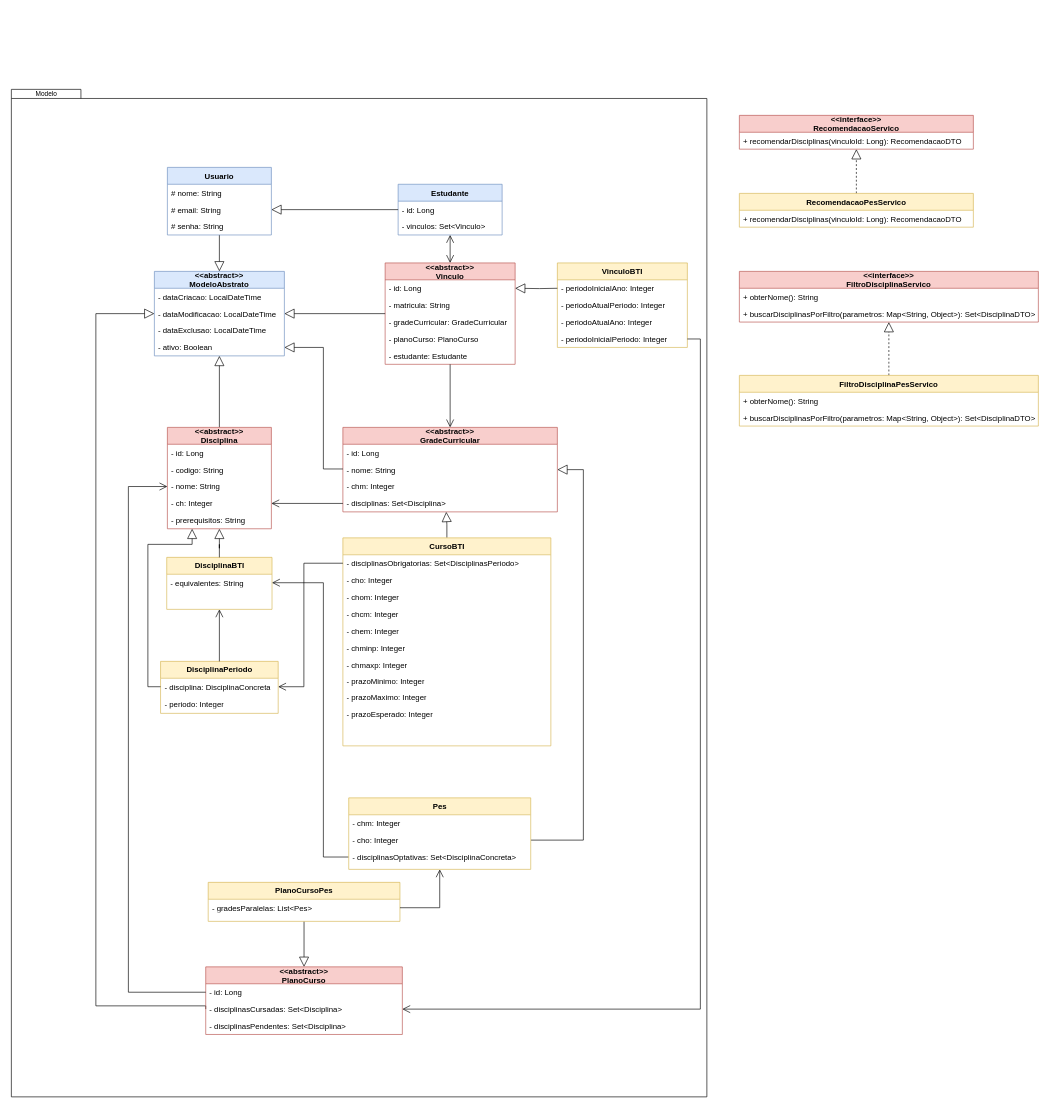
The draw.io diagram page "Modelo (app 1)" (3 of 9) of planejamento/modelagem/Temp.drawio in arturo32/PODE, before the edit. Source tidied: cells renumbered, new cells numbered last; positions are measured from the earlier drawing's top-left corner, leaving out a move shared by most shapes. Both pictures are drawn from the tidied source at 65%, with x=0, y=0 at pixel (11, 11).
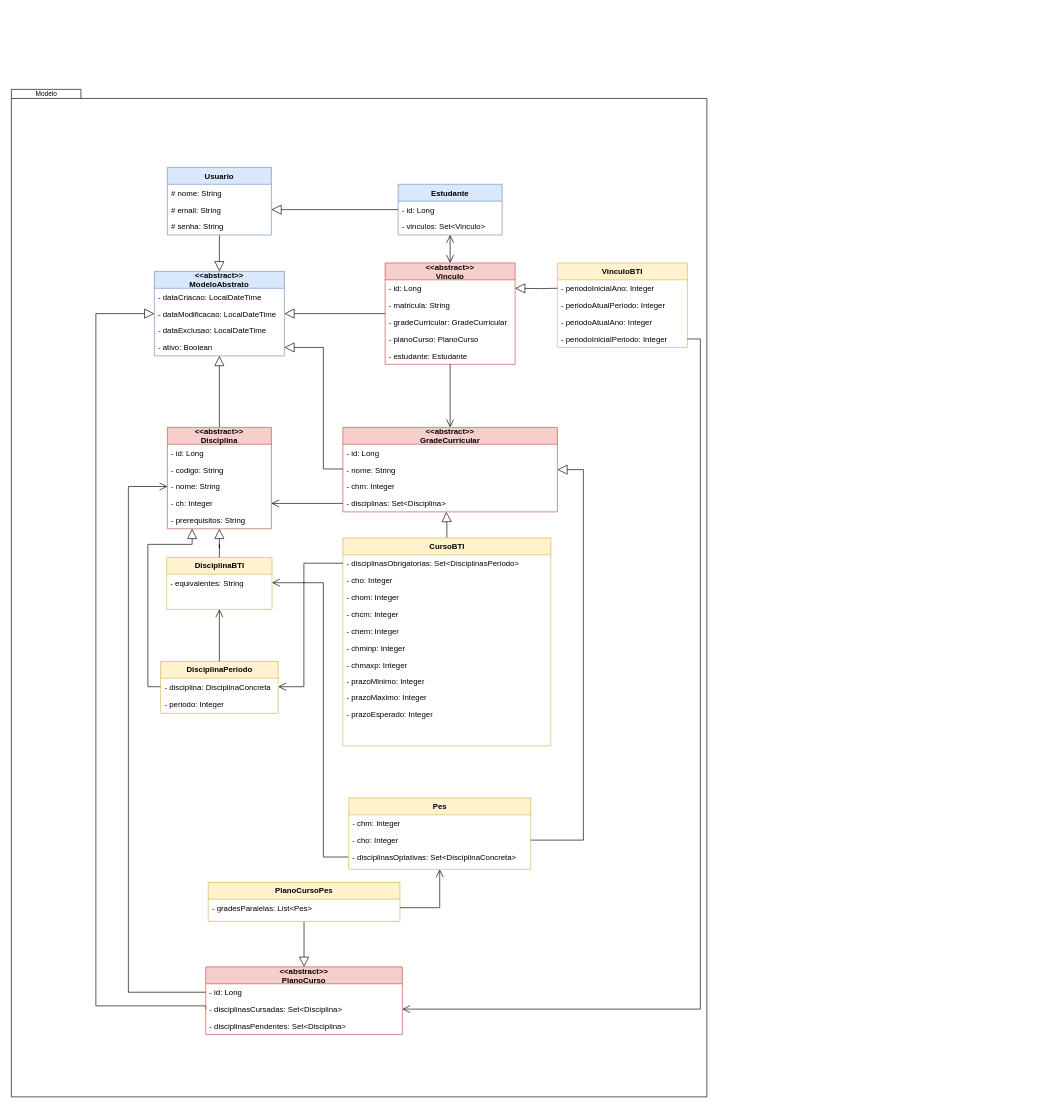
Above is the later version.

The edit, as a diff of the source:
```diff
@@
-    <mxCell id="86" value="&lt;&lt;interface&gt;&gt;&#10;RecomendacaoServico" style="swimlane;fontStyle=1;align=center;verticalAlign=middle;horizontal=1;startSize=26;fontSize=12;fillColor=#f8cecc;strokeColor=#b85450;" parent="1" vertex="1">
-      <mxGeometry x="1120" y="160" width="360" height="52" as="geometry" />
-    </mxCell>
-    <mxCell id="87" value="+ recomendarDisciplinas(vinculoId: Long): RecomendacaoDTO" style="text;strokeColor=none;fillColor=none;align=left;verticalAlign=top;spacingLeft=4;spacingRight=4;overflow=hidden;fontSize=12;" parent="86" vertex="1">
-      <mxGeometry y="26" width="360" height="26" as="geometry" />
-    </mxCell>
-    <mxCell id="88" value="&lt;&lt;interface&gt;&gt;&#10;FiltroDisciplinaServico" style="swimlane;fontStyle=1;align=center;verticalAlign=middle;horizontal=1;startSize=26;fontSize=12;fillColor=#f8cecc;strokeColor=#b85450;" parent="1" vertex="1">
-      <mxGeometry x="1120" y="400" width="460" height="78" as="geometry" />
-    </mxCell>
-    <mxCell id="89" value="+ obterNome(): String" style="text;strokeColor=none;fillColor=none;align=left;verticalAlign=top;spacingLeft=4;spacingRight=4;overflow=hidden;fontSize=12;" parent="88" vertex="1">
-      <mxGeometry y="26" width="460" height="26" as="geometry" />
-    </mxCell>
-    <mxCell id="90" value="+ buscarDisciplinasPorFiltro(parametros: Map&lt;String, Object&gt;): Set&lt;DisciplinaDTO&gt;" style="text;strokeColor=none;fillColor=none;align=left;verticalAlign=top;spacingLeft=4;spacingRight=4;overflow=hidden;fontSize=12;" parent="88" vertex="1">
-      <mxGeometry y="52" width="460" height="26" as="geometry" />
-    </mxCell>
-    <mxCell id="91" style="edgeStyle=orthogonalEdgeStyle;rounded=0;jettySize=auto;html=1;entryX=0.5;entryY=1;entryDx=0;entryDy=0;fontSize=11;fontStyle=1;strokeWidth=1;endFill=0;endArrow=block;endSize=13;startSize=10;dashed=1;" parent="1" edge="1" source="92" target="86">
-      <mxGeometry relative="1" as="geometry" />
-    </mxCell>
-    <mxCell id="92" value="RecomendacaoPesServico" style="swimlane;fontStyle=1;align=center;verticalAlign=middle;horizontal=1;startSize=26;fontSize=12;fillColor=#fff2cc;strokeColor=#d6b656;" parent="1" vertex="1">
-      <mxGeometry x="1120" y="280" width="360" height="52" as="geometry" />
-    </mxCell>
-    <mxCell id="93" value="+ recomendarDisciplinas(vinculoId: Long): RecomendacaoDTO" style="text;strokeColor=none;fillColor=none;align=left;verticalAlign=top;spacingLeft=4;spacingRight=4;overflow=hidden;fontSize=12;" parent="92" vertex="1">
-      <mxGeometry y="26" width="360" height="26" as="geometry" />
-    </mxCell>
-    <mxCell id="94" style="edgeStyle=orthogonalEdgeStyle;rounded=0;jettySize=auto;html=1;entryX=0.5;entryY=1;entryDx=0;entryDy=0;dashed=1;fontSize=11;fontStyle=1;strokeWidth=1;endFill=0;endArrow=block;endSize=13;startSize=10;" parent="1" edge="1" source="95" target="88">
-      <mxGeometry relative="1" as="geometry" />
-    </mxCell>
-    <mxCell id="95" value="FiltroDisciplinaPesServico" style="swimlane;fontStyle=1;align=center;verticalAlign=middle;horizontal=1;startSize=26;fontSize=12;fillColor=#fff2cc;strokeColor=#d6b656;" parent="1" vertex="1">
-      <mxGeometry x="1120" y="560" width="460" height="78" as="geometry" />
-    </mxCell>
-    <mxCell id="96" value="+ obterNome(): String" style="text;strokeColor=none;fillColor=none;align=left;verticalAlign=top;spacingLeft=4;spacingRight=4;overflow=hidden;fontSize=12;" parent="95" vertex="1">
-      <mxGeometry y="26" width="460" height="26" as="geometry" />
-    </mxCell>
-    <mxCell id="97" value="+ buscarDisciplinasPorFiltro(parametros: Map&lt;String, Object&gt;): Set&lt;DisciplinaDTO&gt;" style="text;strokeColor=none;fillColor=none;align=left;verticalAlign=top;spacingLeft=4;spacingRight=4;overflow=hidden;fontSize=12;" parent="95" vertex="1">
-      <mxGeometry y="52" width="460" height="26" as="geometry" />
-    </mxCell>
```
